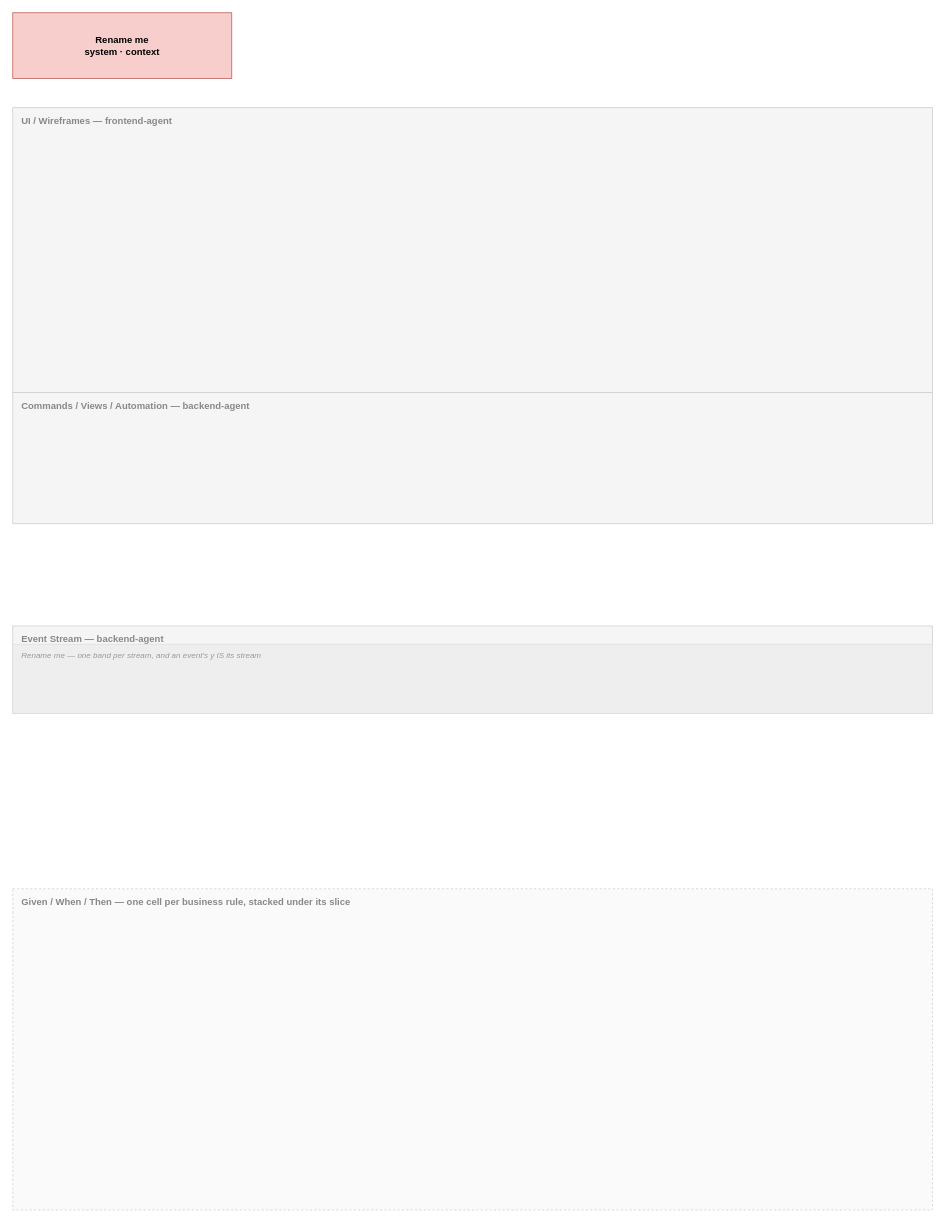
Earlier version of the draw.io diagram diagrams/template.drawio (attrectomma/ClaudeEventModeler). Source tidied: cells renumbered, new cells numbered last; positions are measured from the earlier drawing's top-left corner, leaving out a move shared by most shapes. Both pictures are drawn from the tidied source at 73%, with x=0, y=0 at pixel (12, 12).
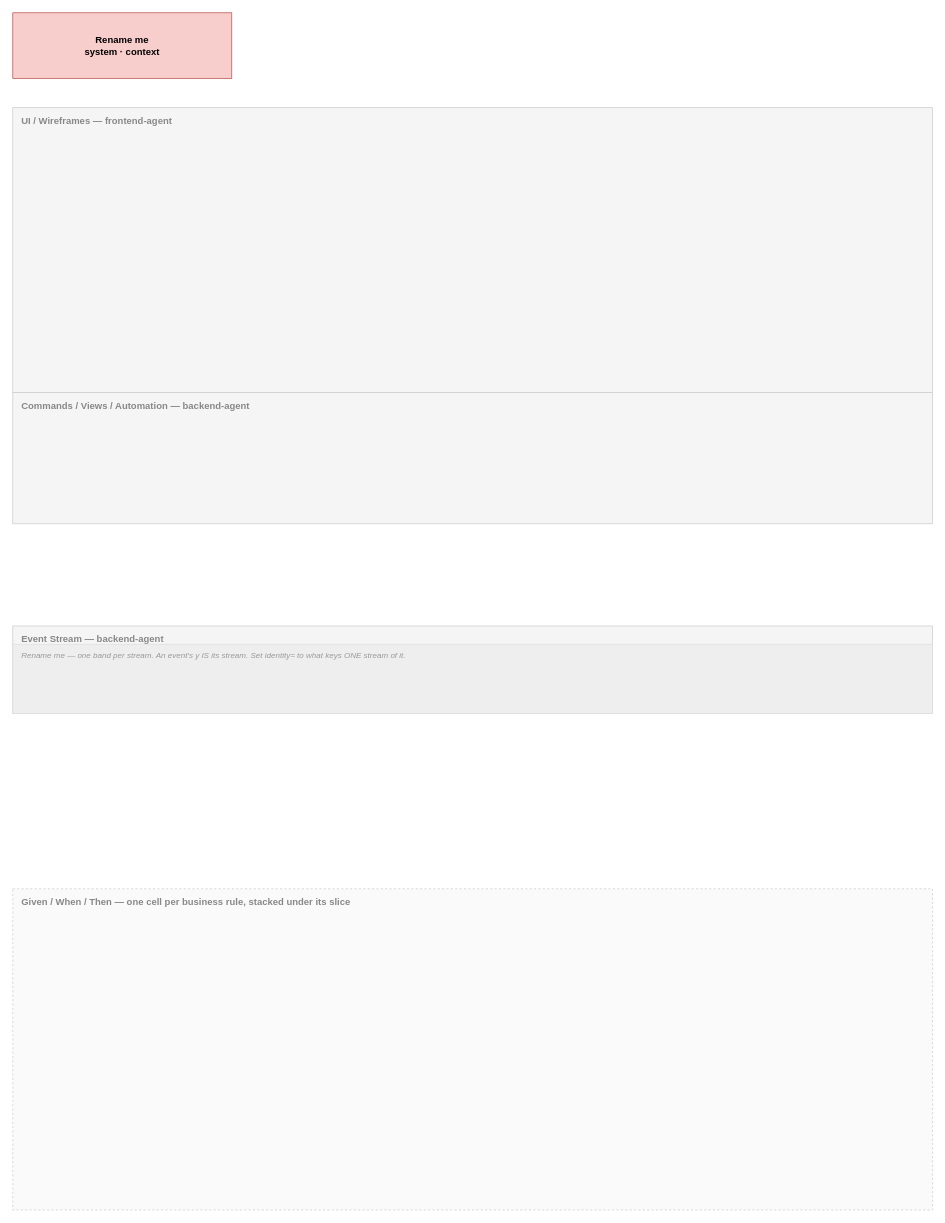
The same page after the edit.

Commit message (it also covers changes not shown here):
Stream identity: the last thing the model was silent about

The edit, as a diff of the source:
```diff
@@
 <mxGraphModel>
   <root>
     <mxCell id="0" />
     <mxCell id="1" parent="0" />
     <mxCell id="2" value="Rename me&#10;system · context" style="rounded=0;whiteSpace=wrap;html=1;fillColor=#f8cecc;strokeColor=#b85450;fontSize=13;fontStyle=1;verticalAlign=middle;" parent="1" vertex="1">
       <mxGeometry width="300" height="90" as="geometry" />
     </mxCell>
     <mxCell id="3" value="UI / Wireframes — frontend-agent" style="rounded=0;whiteSpace=wrap;html=1;fillColor=#f5f5f5;strokeColor=#cccccc;verticalAlign=top;align=left;spacingLeft=10;spacingTop=4;fontStyle=1;fontColor=#888888;fontSize=13;" parent="1" vertex="1">
       <mxGeometry y="130" width="1260" height="390" as="geometry" />
     </mxCell>
     <mxCell id="4" value="Commands / Views / Automation — backend-agent" style="rounded=0;whiteSpace=wrap;html=1;fillColor=#f5f5f5;strokeColor=#cccccc;verticalAlign=top;align=left;spacingLeft=10;spacingTop=4;fontStyle=1;fontColor=#888888;fontSize=13;" parent="1" vertex="1">
       <mxGeometry y="520" width="1260" height="180" as="geometry" />
     </mxCell>
     <mxCell id="5" value="Event Stream — backend-agent" style="rounded=0;whiteSpace=wrap;html=1;fillColor=#f5f5f5;strokeColor=#cccccc;verticalAlign=top;align=left;spacingLeft=10;spacingTop=4;fontStyle=1;fontColor=#888888;fontSize=13;" parent="1" vertex="1">
       <mxGeometry y="840" width="1260" height="120" as="geometry" />
     </mxCell>
-    <mxCell id="6" value="Rename me — one band per stream, and an event's y IS its stream" style="rounded=0;whiteSpace=wrap;html=1;fillColor=#eeeeee;strokeColor=#dddddd;verticalAlign=top;align=left;spacingLeft=10;spacingTop=2;fontStyle=2;fontColor=#999999;fontSize=11;" parent="1" vertex="1">
+    <mxCell id="6" value="Rename me — one band per stream. An event's y IS its stream. Set identity= to what keys ONE stream of it." style="rounded=0;whiteSpace=wrap;html=1;fillColor=#eeeeee;strokeColor=#dddddd;verticalAlign=top;align=left;spacingLeft=10;spacingTop=2;fontStyle=2;fontColor=#999999;fontSize=11;" parent="1" vertex="1">
       <mxGeometry y="865" width="1260" height="95" as="geometry" />
     </mxCell>
     <mxCell id="7" value="Given / When / Then — one cell per business rule, stacked under its slice" style="rounded=0;whiteSpace=wrap;html=1;fillColor=#fafafa;strokeColor=#cccccc;dashed=1;verticalAlign=top;align=left;spacingLeft=10;spacingTop=4;fontStyle=1;fontColor=#888888;fontSize=13;" parent="1" vertex="1">
       <mxGeometry y="1200" width="1260" height="440" as="geometry" />
     </mxCell>
   </root>
 </mxGraphModel>
```
